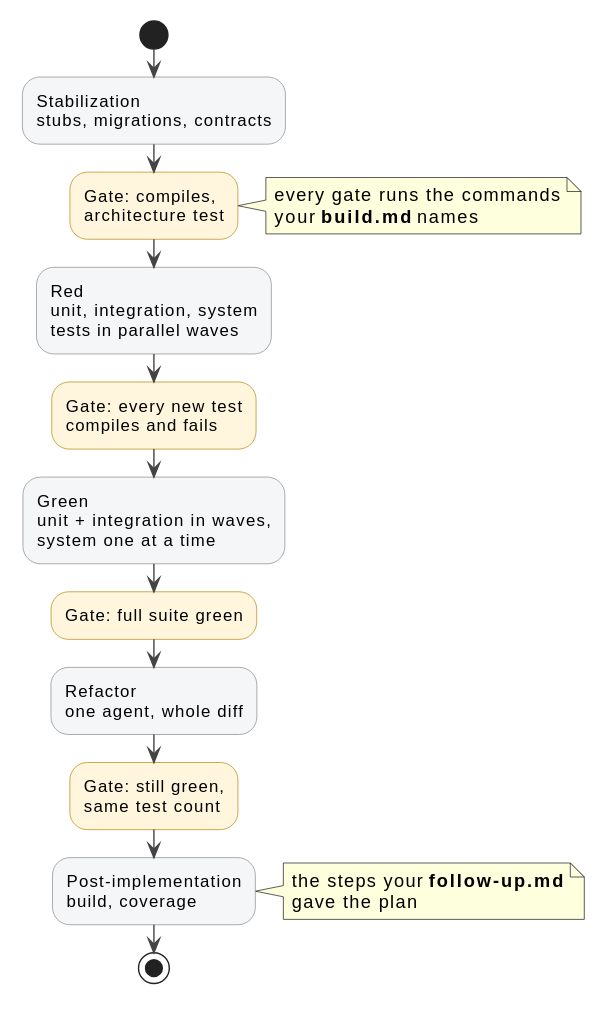
This is docs/diagrams/implement-plan-pipeline.svg from ds-usova/tdd-sdlc, a PlantUML export, as it was before one commit.
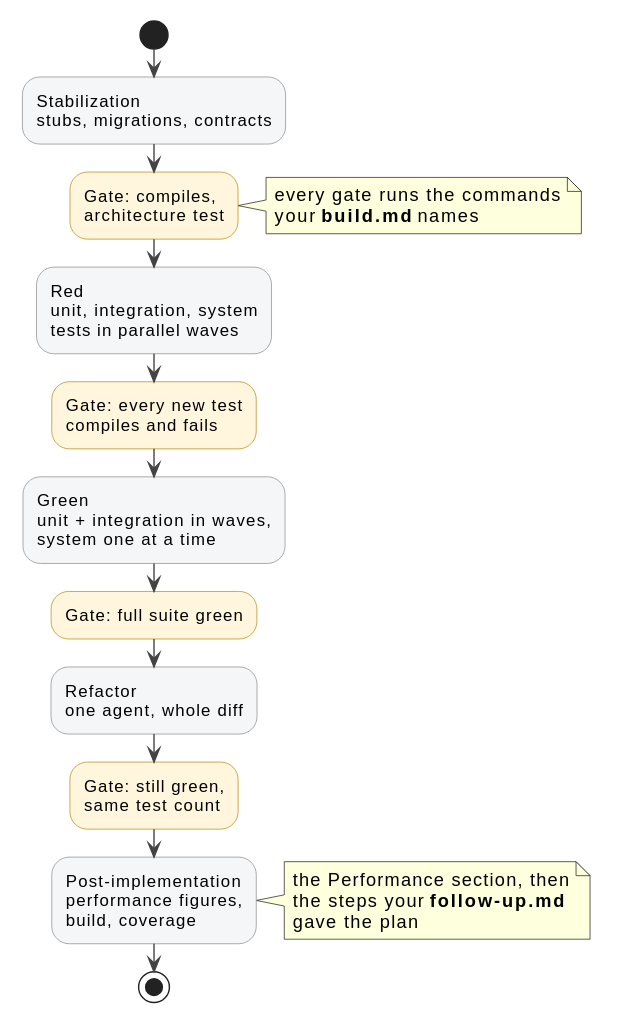
Above is the later version.

The edit, as a diff of the source:
```diff
@@ -36,8 +36,10 @@
 :Gate: still green,
 same test count;<<gate>>
 :Post-implementation
+performance figures,
 build, coverage;
 note right
+  the Performance section, then
   the steps your **follow-up.md**
   gave the plan
 end note
```
